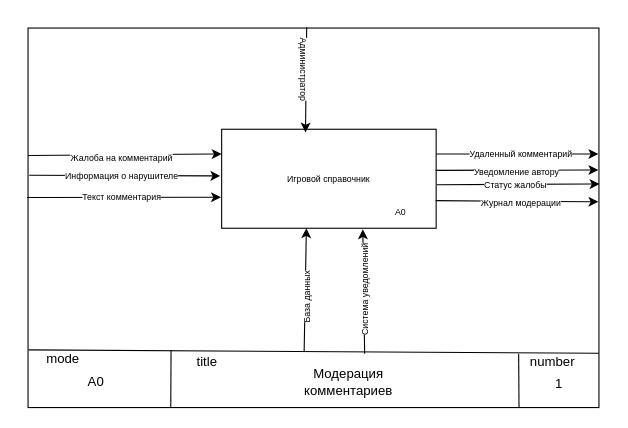
This is контекстная.drawio from Tunez666/hsr, a draw.io file, before an edit. Source tidied: cells renumbered, new cells numbered last; positions are measured from the earlier drawing's top-left corner, leaving out a move shared by most shapes. Both pictures are drawn from the tidied source at 110%, with x=0, y=0 at pixel (26, 28).
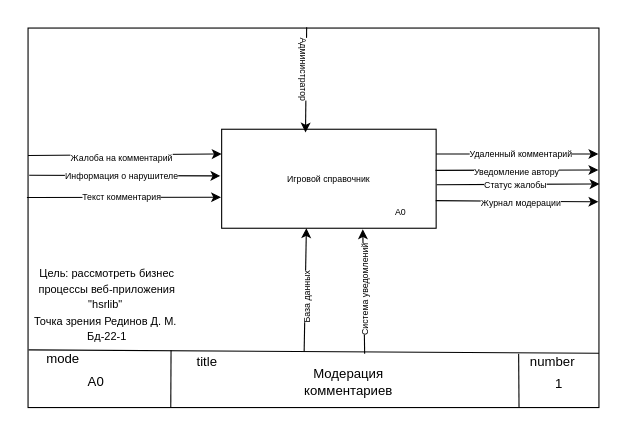
After the change.

The edit, as a diff of the source:
```diff
@@
+    <mxCell id="34" value="&lt;font style=&quot;font-size: 10px;&quot;&gt;Цель: рассмотреть бизнес процессы веб-приложения &quot;hsrlib&quot;&amp;nbsp;&lt;/font&gt;&lt;div&gt;&lt;font style=&quot;font-size: 10px;&quot;&gt;Точка зрения Рединов Д. М.&amp;nbsp;&lt;/font&gt;&lt;/div&gt;&lt;div&gt;&lt;font style=&quot;font-size: 10px;&quot;&gt;Бд-22-1&lt;/font&gt;&lt;/div&gt;" style="text;html=1;whiteSpace=wrap;strokeColor=none;fillColor=none;align=center;verticalAlign=middle;rounded=0;" parent="1" vertex="1">
+      <mxGeometry x="3" y="217" width="140" height="67" as="geometry" />
+    </mxCell>
```
